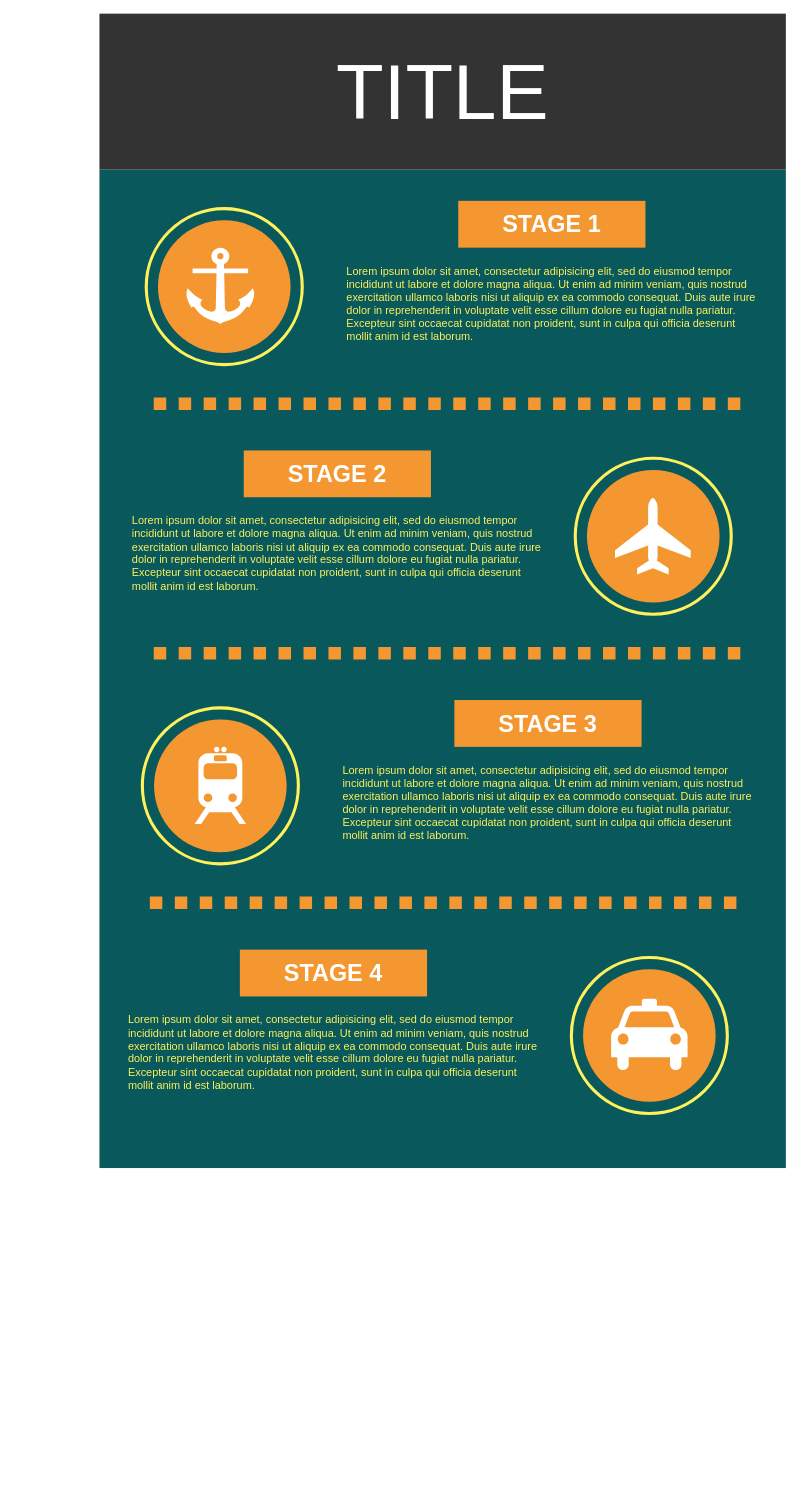
xiaopengs/Brainstorming keeps this draw.io diagram as 消息盒子.drawio. Above is the earlier version. Source tidied: cells renumbered, new cells numbered last; positions are measured from the earlier drawing's top-left corner, leaving out a move shared by most shapes. Both pictures are drawn from the tidied source at 78%, with x=0, y=0 at pixel (99, 13).
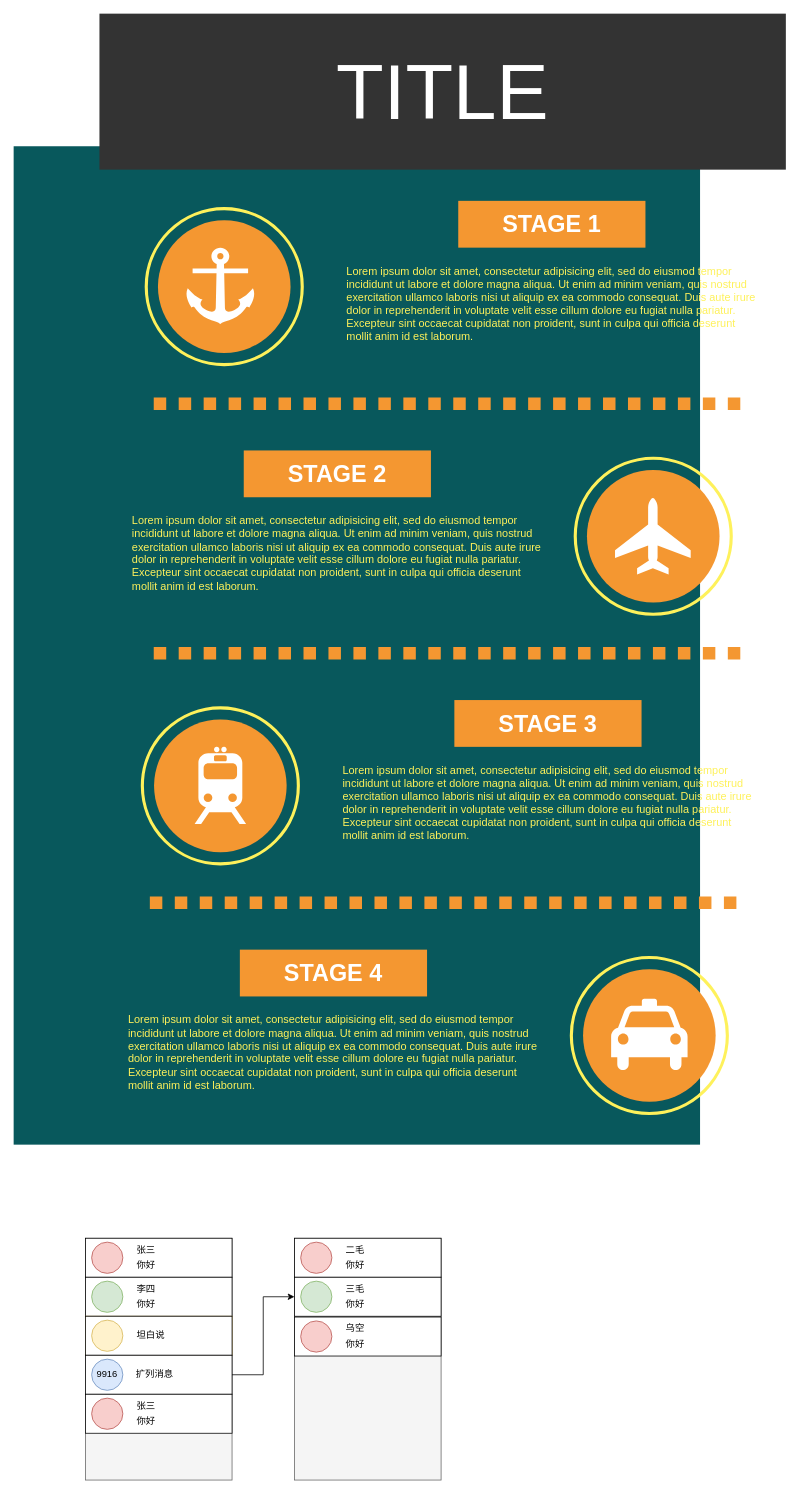
After the change.

Change to the diagram source:
```diff
@@
     <mxCell id="2" style="whiteSpace=wrap;html=1;rounded=0;shadow=0;dashed=0;strokeColor=none;strokeWidth=4;fillColor=#08585C;gradientColor=none;fontFamily=Helvetica;fontSize=100;fontColor=#FFFFFF;align=center;" parent="1" vertex="1">
-      <mxGeometry y="200" width="880" height="1280" as="geometry" />
+      <mxGeometry x="-110" y="170" width="880" height="1280" as="geometry" />
     </mxCell>
@@
+    <mxCell id="27" style="rounded=0;whiteSpace=wrap;html=1;fillColor=#f5f5f5;strokeColor=#666666;fontColor=#333333;" parent="1" vertex="1">
+      <mxGeometry x="-18" y="1570" width="188" height="310" as="geometry" />
+    </mxCell>
+    <mxCell id="28" style="group;" parent="1" vertex="1">
+      <mxGeometry x="-18" y="1570" width="188" height="50" as="geometry" />
+    </mxCell>
+    <mxCell id="29" style="rounded=0;whiteSpace=wrap;html=1;" parent="28" vertex="1">
+      <mxGeometry width="188" height="50" as="geometry" />
+    </mxCell>
+    <mxCell id="30" style="ellipse;whiteSpace=wrap;html=1;fillColor=#f8cecc;strokeColor=#b85450;" parent="28" vertex="1">
+      <mxGeometry x="8" y="5" width="40" height="40" as="geometry" />
+    </mxCell>
+    <mxCell id="31" value="张三" style="text;html=1;strokeColor=none;fillColor=none;align=center;verticalAlign=middle;whiteSpace=wrap;rounded=0;" parent="28" vertex="1">
+      <mxGeometry x="58" y="5" width="40" height="20" as="geometry" />
+    </mxCell>
+    <mxCell id="32" value="你好" style="text;html=1;strokeColor=none;fillColor=none;align=center;verticalAlign=middle;whiteSpace=wrap;rounded=0;" parent="28" vertex="1">
+      <mxGeometry x="58" y="25" width="40" height="20" as="geometry" />
+    </mxCell>
+    <mxCell id="33" style="group;" parent="1" vertex="1">
+      <mxGeometry x="-18" y="1620" width="188" height="50" as="geometry" />
+    </mxCell>
+    <mxCell id="34" style="rounded=0;whiteSpace=wrap;html=1;" parent="33" vertex="1">
+      <mxGeometry width="188" height="50" as="geometry" />
+    </mxCell>
+    <mxCell id="35" style="ellipse;whiteSpace=wrap;html=1;fillColor=#d5e8d4;strokeColor=#82b366;" parent="33" vertex="1">
+      <mxGeometry x="8" y="5" width="40" height="40" as="geometry" />
+    </mxCell>
+    <mxCell id="36" value="李四" style="text;html=1;strokeColor=none;fillColor=none;align=center;verticalAlign=middle;whiteSpace=wrap;rounded=0;" parent="33" vertex="1">
+      <mxGeometry x="58" y="5" width="40" height="20" as="geometry" />
+    </mxCell>
+    <mxCell id="37" value="你好" style="text;html=1;strokeColor=none;fillColor=none;align=center;verticalAlign=middle;whiteSpace=wrap;rounded=0;" parent="33" vertex="1">
+      <mxGeometry x="58" y="25" width="40" height="20" as="geometry" />
+    </mxCell>
+    <mxCell id="38" style="group;fillColor=#fff2cc;strokeColor=#d6b656;" parent="1" vertex="1">
+      <mxGeometry x="-18" y="1670" width="188" height="50" as="geometry" />
+    </mxCell>
+    <mxCell id="39" style="rounded=0;whiteSpace=wrap;html=1;" parent="38" vertex="1">
+      <mxGeometry width="188" height="50" as="geometry" />
+    </mxCell>
+    <mxCell id="40" style="ellipse;whiteSpace=wrap;html=1;fillColor=#fff2cc;strokeColor=#d6b656;" parent="38" vertex="1">
+      <mxGeometry x="8" y="5" width="40" height="40" as="geometry" />
+    </mxCell>
+    <mxCell id="41" value="坦白说" style="text;html=1;strokeColor=none;fillColor=none;align=center;verticalAlign=middle;whiteSpace=wrap;rounded=0;" parent="38" vertex="1">
+      <mxGeometry x="64" y="15" width="40" height="20" as="geometry" />
+    </mxCell>
+    <mxCell id="42" style="group;" parent="1" vertex="1">
+      <mxGeometry x="-18" y="1720" width="188" height="50" as="geometry" />
+    </mxCell>
+    <mxCell id="43" style="rounded=0;whiteSpace=wrap;html=1;" parent="42" vertex="1">
+      <mxGeometry width="188" height="50" as="geometry" />
+    </mxCell>
+    <mxCell id="44" value="9916" style="ellipse;whiteSpace=wrap;html=1;fillColor=#dae8fc;strokeColor=#6c8ebf;" parent="42" vertex="1">
+      <mxGeometry x="8" y="5" width="40" height="40" as="geometry" />
+    </mxCell>
+    <mxCell id="45" value="扩列消息" style="text;html=1;strokeColor=none;fillColor=none;align=center;verticalAlign=middle;whiteSpace=wrap;rounded=0;" parent="42" vertex="1">
+      <mxGeometry x="63" y="15" width="52" height="20" as="geometry" />
+    </mxCell>
+    <mxCell id="46" style="group;" parent="1" vertex="1">
+      <mxGeometry x="-18" y="1770" width="188" height="50" as="geometry" />
+    </mxCell>
+    <mxCell id="47" style="rounded=0;whiteSpace=wrap;html=1;" parent="46" vertex="1">
+      <mxGeometry width="188" height="50" as="geometry" />
+    </mxCell>
+    <mxCell id="48" style="ellipse;whiteSpace=wrap;html=1;fillColor=#f8cecc;strokeColor=#b85450;" parent="46" vertex="1">
+      <mxGeometry x="8" y="5" width="40" height="40" as="geometry" />
+    </mxCell>
+    <mxCell id="49" value="张三" style="text;html=1;strokeColor=none;fillColor=none;align=center;verticalAlign=middle;whiteSpace=wrap;rounded=0;" parent="46" vertex="1">
+      <mxGeometry x="58" y="5" width="40" height="20" as="geometry" />
+    </mxCell>
+    <mxCell id="50" value="你好" style="text;html=1;strokeColor=none;fillColor=none;align=center;verticalAlign=middle;whiteSpace=wrap;rounded=0;" parent="46" vertex="1">
+      <mxGeometry x="58" y="25" width="40" height="20" as="geometry" />
+    </mxCell>
+    <mxCell id="51" style="rounded=0;whiteSpace=wrap;html=1;fillColor=#f5f5f5;strokeColor=#666666;fontColor=#333333;" parent="1" vertex="1">
+      <mxGeometry x="250" y="1570" width="188" height="310" as="geometry" />
+    </mxCell>
+    <mxCell id="52" style="group;" parent="1" vertex="1">
+      <mxGeometry x="250" y="1570" width="188" height="50" as="geometry" />
+    </mxCell>
+    <mxCell id="53" style="rounded=0;whiteSpace=wrap;html=1;" parent="52" vertex="1">
+      <mxGeometry width="188" height="50" as="geometry" />
+    </mxCell>
+    <mxCell id="54" style="ellipse;whiteSpace=wrap;html=1;fillColor=#f8cecc;strokeColor=#b85450;" parent="52" vertex="1">
+      <mxGeometry x="8" y="5" width="40" height="40" as="geometry" />
+    </mxCell>
+    <mxCell id="55" value="二毛" style="text;html=1;strokeColor=none;fillColor=none;align=center;verticalAlign=middle;whiteSpace=wrap;rounded=0;" parent="52" vertex="1">
+      <mxGeometry x="58" y="5" width="40" height="20" as="geometry" />
+    </mxCell>
+    <mxCell id="56" value="你好" style="text;html=1;strokeColor=none;fillColor=none;align=center;verticalAlign=middle;whiteSpace=wrap;rounded=0;" parent="52" vertex="1">
+      <mxGeometry x="58" y="25" width="40" height="20" as="geometry" />
+    </mxCell>
+    <mxCell id="57" style="group;" parent="1" vertex="1">
+      <mxGeometry x="250" y="1620" width="188" height="50" as="geometry" />
+    </mxCell>
+    <mxCell id="58" style="rounded=0;whiteSpace=wrap;html=1;" parent="57" vertex="1">
+      <mxGeometry width="188" height="50" as="geometry" />
+    </mxCell>
+    <mxCell id="59" style="ellipse;whiteSpace=wrap;html=1;fillColor=#d5e8d4;strokeColor=#82b366;" parent="57" vertex="1">
+      <mxGeometry x="8" y="5" width="40" height="40" as="geometry" />
+    </mxCell>
+    <mxCell id="60" value="三毛" style="text;html=1;strokeColor=none;fillColor=none;align=center;verticalAlign=middle;whiteSpace=wrap;rounded=0;" parent="57" vertex="1">
+      <mxGeometry x="58" y="5" width="40" height="20" as="geometry" />
+    </mxCell>
+    <mxCell id="61" value="你好" style="text;html=1;strokeColor=none;fillColor=none;align=center;verticalAlign=middle;whiteSpace=wrap;rounded=0;" parent="57" vertex="1">
+      <mxGeometry x="58" y="25" width="40" height="20" as="geometry" />
+    </mxCell>
+    <mxCell id="62" style="group;" parent="1" vertex="1">
+      <mxGeometry x="250" y="1671" width="188" height="50" as="geometry" />
+    </mxCell>
+    <mxCell id="63" style="rounded=0;whiteSpace=wrap;html=1;" parent="62" vertex="1">
+      <mxGeometry width="188" height="50" as="geometry" />
+    </mxCell>
+    <mxCell id="64" style="ellipse;whiteSpace=wrap;html=1;fillColor=#f8cecc;strokeColor=#b85450;" parent="62" vertex="1">
+      <mxGeometry x="8" y="5" width="40" height="40" as="geometry" />
+    </mxCell>
+    <mxCell id="65" value="乌空" style="text;html=1;strokeColor=none;fillColor=none;align=center;verticalAlign=middle;whiteSpace=wrap;rounded=0;" parent="62" vertex="1">
+      <mxGeometry x="58" y="5" width="40" height="20" as="geometry" />
+    </mxCell>
+    <mxCell id="66" value="你好" style="text;html=1;strokeColor=none;fillColor=none;align=center;verticalAlign=middle;whiteSpace=wrap;rounded=0;" parent="62" vertex="1">
+      <mxGeometry x="58" y="25" width="40" height="20" as="geometry" />
+    </mxCell>
+    <mxCell id="67" style="edgeStyle=orthogonalEdgeStyle;rounded=0;jettySize=auto;html=1;entryX=0;entryY=0.5;entryDx=0;entryDy=0;" parent="1" edge="1" source="43" target="58">
+      <mxGeometry relative="1" as="geometry" />
+    </mxCell>
```
